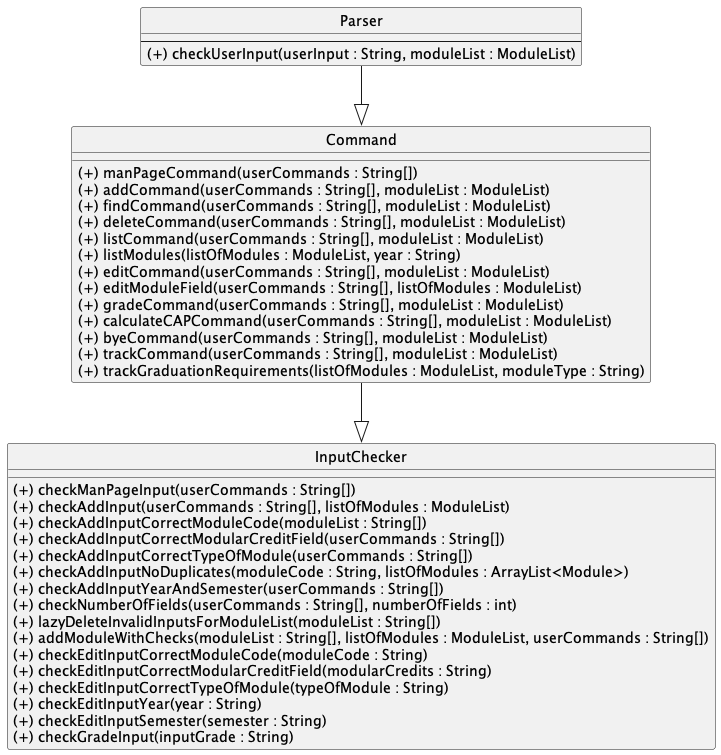
The PlantUML diagram docs/diagrams/ParserClass.png in saintzaw/tp, before a commit.
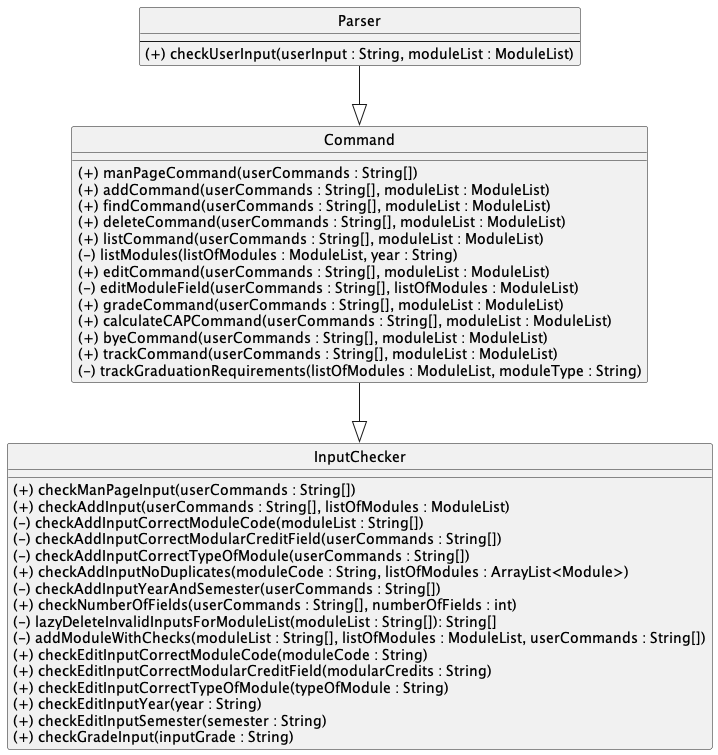
The same file after the commit.

Commit message:
Saint Updated Parser Class Diagram in DG

Change to the diagram source:
```diff
@@ -18,14 +18,14 @@
 (+) findCommand(userCommands : String[], moduleList : ModuleList)
 (+) deleteCommand(userCommands : String[], moduleList : ModuleList)
 (+) listCommand(userCommands : String[], moduleList : ModuleList)
-(+) listModules(listOfModules : ModuleList, year : String)
+(-) listModules(listOfModules : ModuleList, year : String)
 (+) editCommand(userCommands : String[], moduleList : ModuleList)
-(+) editModuleField(userCommands : String[], listOfModules : ModuleList)
+(-) editModuleField(userCommands : String[], listOfModules : ModuleList)
 (+) gradeCommand(userCommands : String[], moduleList : ModuleList)
 (+) calculateCAPCommand(userCommands : String[], moduleList : ModuleList)
 (+) byeCommand(userCommands : String[], moduleList : ModuleList)
 (+) trackCommand(userCommands : String[], moduleList : ModuleList)
-(+) trackGraduationRequirements(listOfModules : ModuleList, moduleType : String)
+(-) trackGraduationRequirements(listOfModules : ModuleList, moduleType : String)
 }
 
 Command --|> InputChecker
@@ -34,14 +34,14 @@
 __
 (+) checkManPageInput(userCommands : String[])
 (+) checkAddInput(userCommands : String[], listOfModules : ModuleList)
-(+) checkAddInputCorrectModuleCode(moduleList : String[])
-(+) checkAddInputCorrectModularCreditField(userCommands : String[])
-(+) checkAddInputCorrectTypeOfModule(userCommands : String[])
+(-) checkAddInputCorrectModuleCode(moduleList : String[])
+(-) checkAddInputCorrectModularCreditField(userCommands : String[])
+(-) checkAddInputCorrectTypeOfModule(userCommands : String[])
 (+) checkAddInputNoDuplicates(moduleCode : String, listOfModules : ArrayList<Module>)
-(+) checkAddInputYearAndSemester(userCommands : String[])
+(-) checkAddInputYearAndSemester(userCommands : String[])
 (+) checkNumberOfFields(userCommands : String[], numberOfFields : int)
-(+) lazyDeleteInvalidInputsForModuleList(moduleList : String[])
-(+) addModuleWithChecks(moduleList : String[], listOfModules : ModuleList, userCommands : String[])
+(-) lazyDeleteInvalidInputsForModuleList(moduleList : String[]): String[]
+(-) addModuleWithChecks(moduleList : String[], listOfModules : ModuleList, userCommands : String[])
 (+) checkEditInputCorrectModuleCode(moduleCode : String)
 (+) checkEditInputCorrectModularCreditField(modularCredits : String)
 (+) checkEditInputCorrectTypeOfModule(typeOfModule : String)
```
